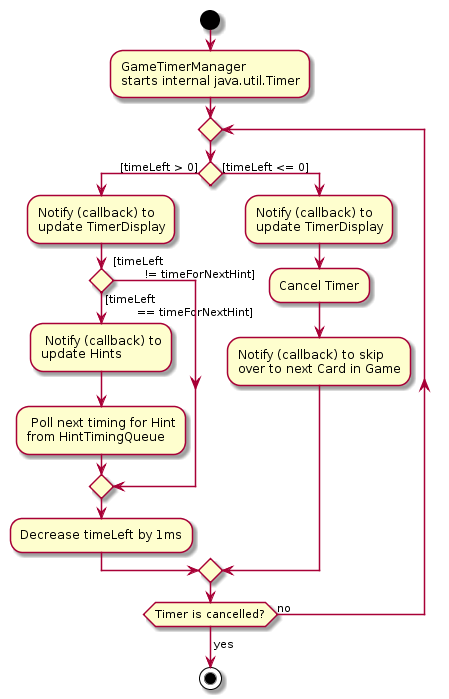
Earlier version of the PlantUML export docs/images/TimerActivityDiagramWithHints.png (nus-cs2103-AY1920S1/addressbook-level3).
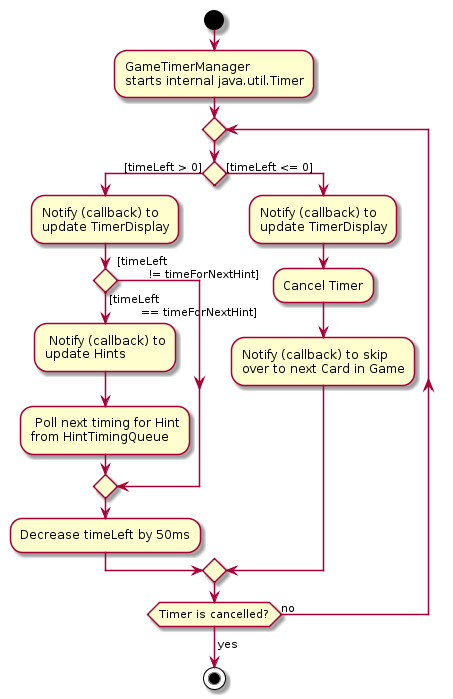
The same file after the commit.

The edit, as a diff of the source:
```diff
@@ -2,8 +2,6 @@
 start
 :GameTimerManager
 starts internal java.util.Timer;
-
-
 
 repeat
     if () then ([timeLeft > 0])
@@ -19,7 +17,7 @@
         != timeForNextHint])
         endif
 
-    :Decrease timeLeft by 1ms;
+    :Decrease timeLeft by 50ms;
     else ([timeLeft <= 0])
     :Notify (callback) to
     update TimerDisplay;
```
